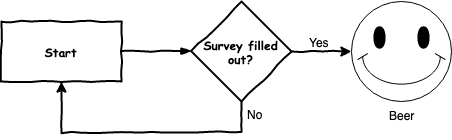
This is my_new_pres/Closing/decision_tree.png from jmcwhirter/serverless-immersion-day-presentation, a draw.io export, as it was before one commit. Source tidied: cells renumbered, new cells last; positions are measured from the earlier drawing's top-left corner, leaving out a move shared by most shapes.
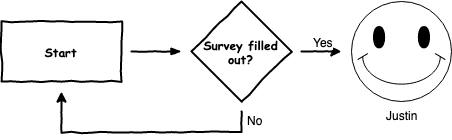
The same file after the commit.

Change to the diagram source:
```diff
@@ -2,13 +2,13 @@
   <root>
     <mxCell id="0" />
     <mxCell id="1" parent="0" />
-    <mxCell id="2" value="Beer" style="verticalLabelPosition=bottom;verticalAlign=top;html=1;shape=mxgraph.basic.smiley;" parent="1" vertex="1">
+    <mxCell id="2" value="Justin" style="verticalLabelPosition=bottom;verticalAlign=top;html=1;shape=mxgraph.basic.smiley;" parent="1" vertex="1">
       <mxGeometry x="350" width="100" height="100" as="geometry" />
     </mxCell>
     <mxCell id="3" value="Survey filled out?" style="rhombus;html=1;align=center;whiteSpace=wrap;comic=1;strokeWidth=2;fontFamily=Comic Sans MS;fontStyle=1;" parent="1" vertex="1">
       <mxGeometry x="190" width="100" height="100" as="geometry" />
     </mxCell>
-    <mxCell id="4" style="rounded=0;comic=1;strokeWidth=2;endArrow=classic;html=1;fontFamily=Comic Sans MS;fontStyle=1;endFill=1;exitX=1;exitY=0.5;exitDx=0;exitDy=0;entryX=0;entryY=0.5;entryDx=0;entryDy=0;entryPerimeter=0;" parent="1" edge="1" source="3" target="2">
+    <mxCell id="4" style="rounded=0;comic=1;strokeWidth=2;endArrow=classic;html=1;fontFamily=Comic Sans MS;fontStyle=1;endFill=1;targetPerimeterSpacing=10;sourcePerimeterSpacing=10;" parent="1" edge="1" source="3" target="2">
       <mxGeometry relative="1" as="geometry" />
     </mxCell>
     <mxCell id="5" value="Yes" style="text;html=1;align=center;verticalAlign=middle;labelBackgroundColor=#ffffff;" parent="4" vertex="1">
@@ -16,12 +16,10 @@
         <mxPoint x="8" y="-8" as="offset" />
       </mxGeometry>
     </mxCell>
-    <mxCell id="6" style="rounded=0;comic=1;strokeWidth=2;endArrow=blockThin;html=1;fontFamily=Comic Sans MS;fontStyle=1;exitX=1;exitY=0.5;exitDx=0;exitDy=0;" parent="1" edge="1" source="11">
-      <mxGeometry relative="1" as="geometry">
-        <mxPoint x="190" y="49.5" as="targetPoint" />
-      </mxGeometry>
+    <mxCell id="6" style="rounded=0;comic=1;strokeWidth=2;endArrow=blockThin;html=1;fontFamily=Comic Sans MS;fontStyle=1;targetPerimeterSpacing=10;sourcePerimeterSpacing=10;" parent="1" edge="1" source="11" target="3">
+      <mxGeometry relative="1" as="geometry" />
     </mxCell>
-    <mxCell id="7" style="rounded=0;comic=1;strokeWidth=2;endArrow=none;html=1;fontFamily=Comic Sans MS;fontStyle=1;endFill=0;exitX=0.5;exitY=1;exitDx=0;exitDy=0;" parent="1" edge="1" source="3">
+    <mxCell id="7" style="rounded=0;comic=1;strokeWidth=2;endArrow=none;html=1;fontFamily=Comic Sans MS;fontStyle=1;endFill=0;sourcePerimeterSpacing=10;" parent="1" edge="1" source="3">
       <mxGeometry relative="1" as="geometry">
         <mxPoint x="240" y="130" as="targetPoint" />
       </mxGeometry>
@@ -31,13 +29,13 @@
         <mxPoint x="11" y="2.5" as="offset" />
       </mxGeometry>
     </mxCell>
-    <mxCell id="9" style="rounded=0;comic=1;strokeWidth=2;endArrow=none;html=1;fontFamily=Comic Sans MS;fontStyle=1;endFill=0;" parent="1" edge="1">
+    <mxCell id="9" style="rounded=0;comic=1;strokeWidth=2;endArrow=none;html=1;fontFamily=Comic Sans MS;fontStyle=1;endFill=0;targetPerimeterSpacing=6;sourcePerimeterSpacing=6;" parent="1" edge="1">
       <mxGeometry relative="1" as="geometry">
         <mxPoint x="60" y="131" as="sourcePoint" />
         <mxPoint x="240" y="130.5" as="targetPoint" />
       </mxGeometry>
     </mxCell>
-    <mxCell id="10" style="rounded=0;comic=1;strokeWidth=2;endArrow=classic;html=1;fontFamily=Comic Sans MS;fontStyle=1;endFill=1;entryX=0.5;entryY=1;entryDx=0;entryDy=0;" parent="1" edge="1" target="11">
+    <mxCell id="10" style="rounded=0;comic=1;strokeWidth=2;endArrow=classic;html=1;fontFamily=Comic Sans MS;fontStyle=1;endFill=1;targetPerimeterSpacing=10;" parent="1" edge="1" target="11">
       <mxGeometry relative="1" as="geometry">
         <mxPoint x="60" y="130" as="sourcePoint" />
       </mxGeometry>
```
